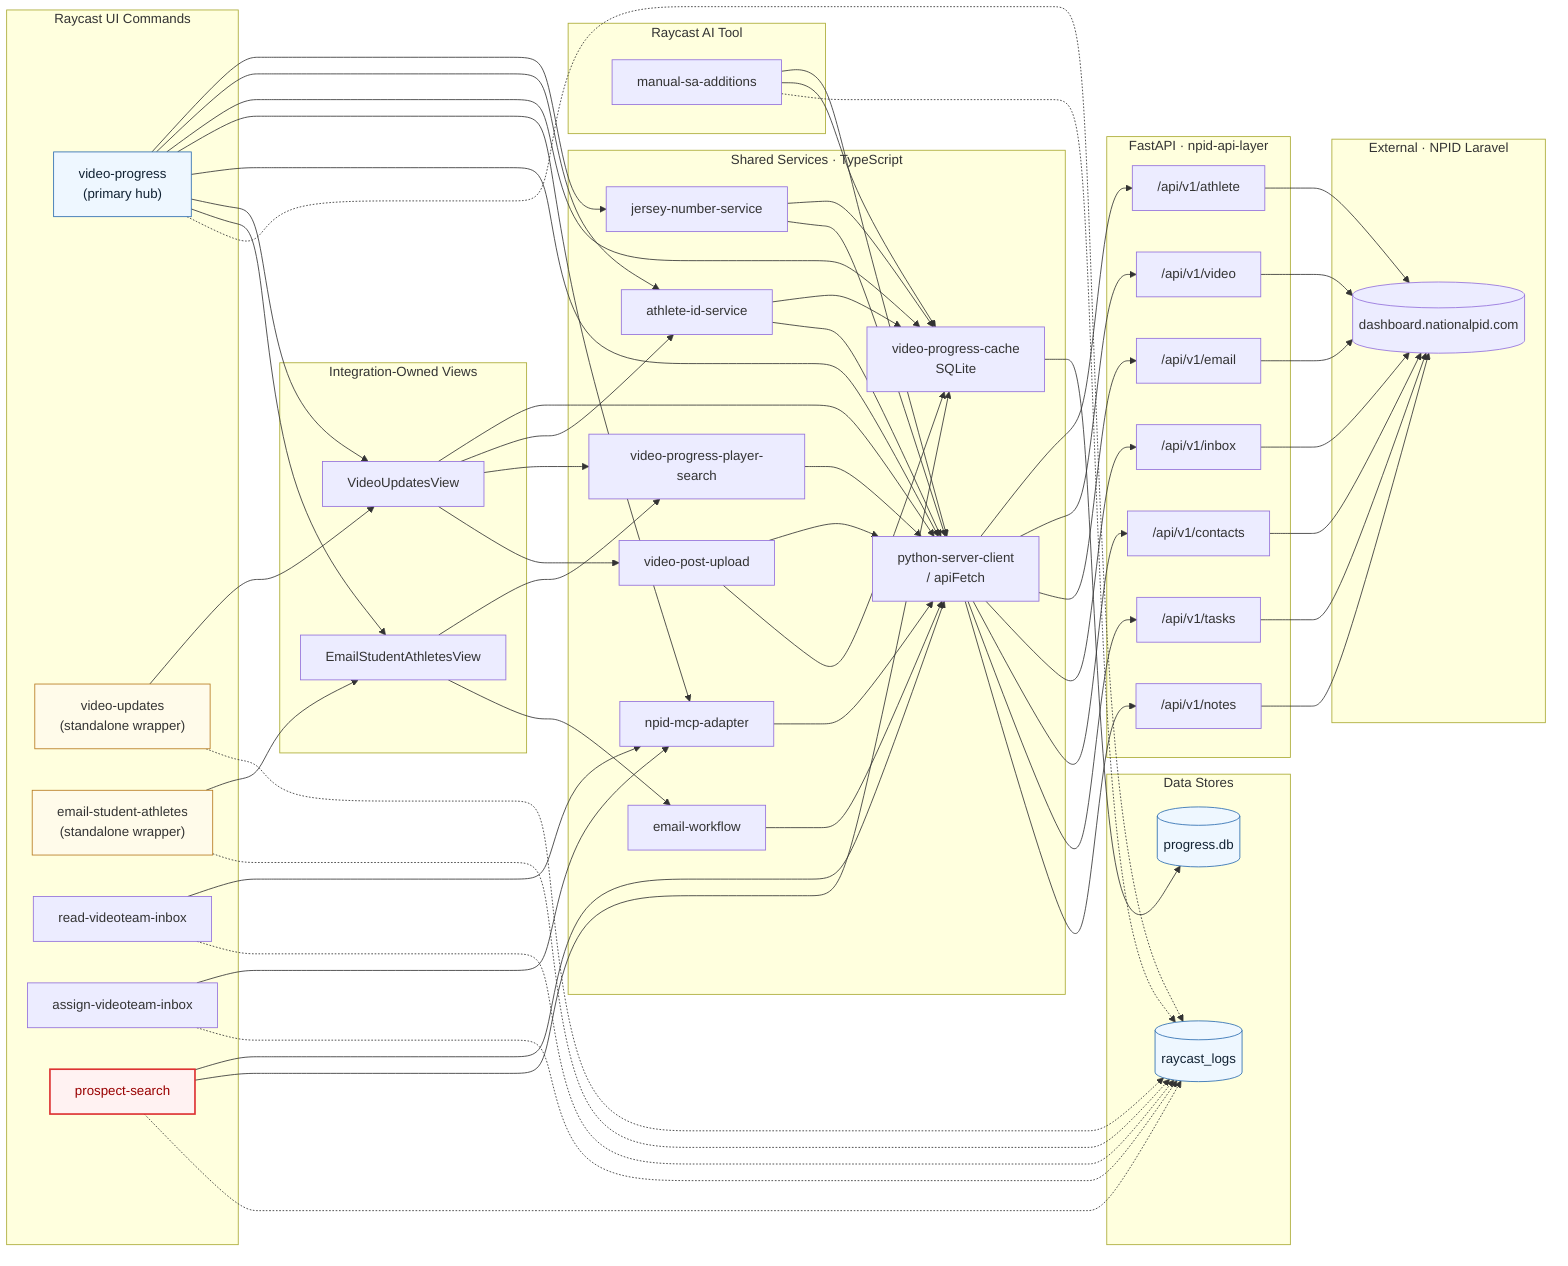
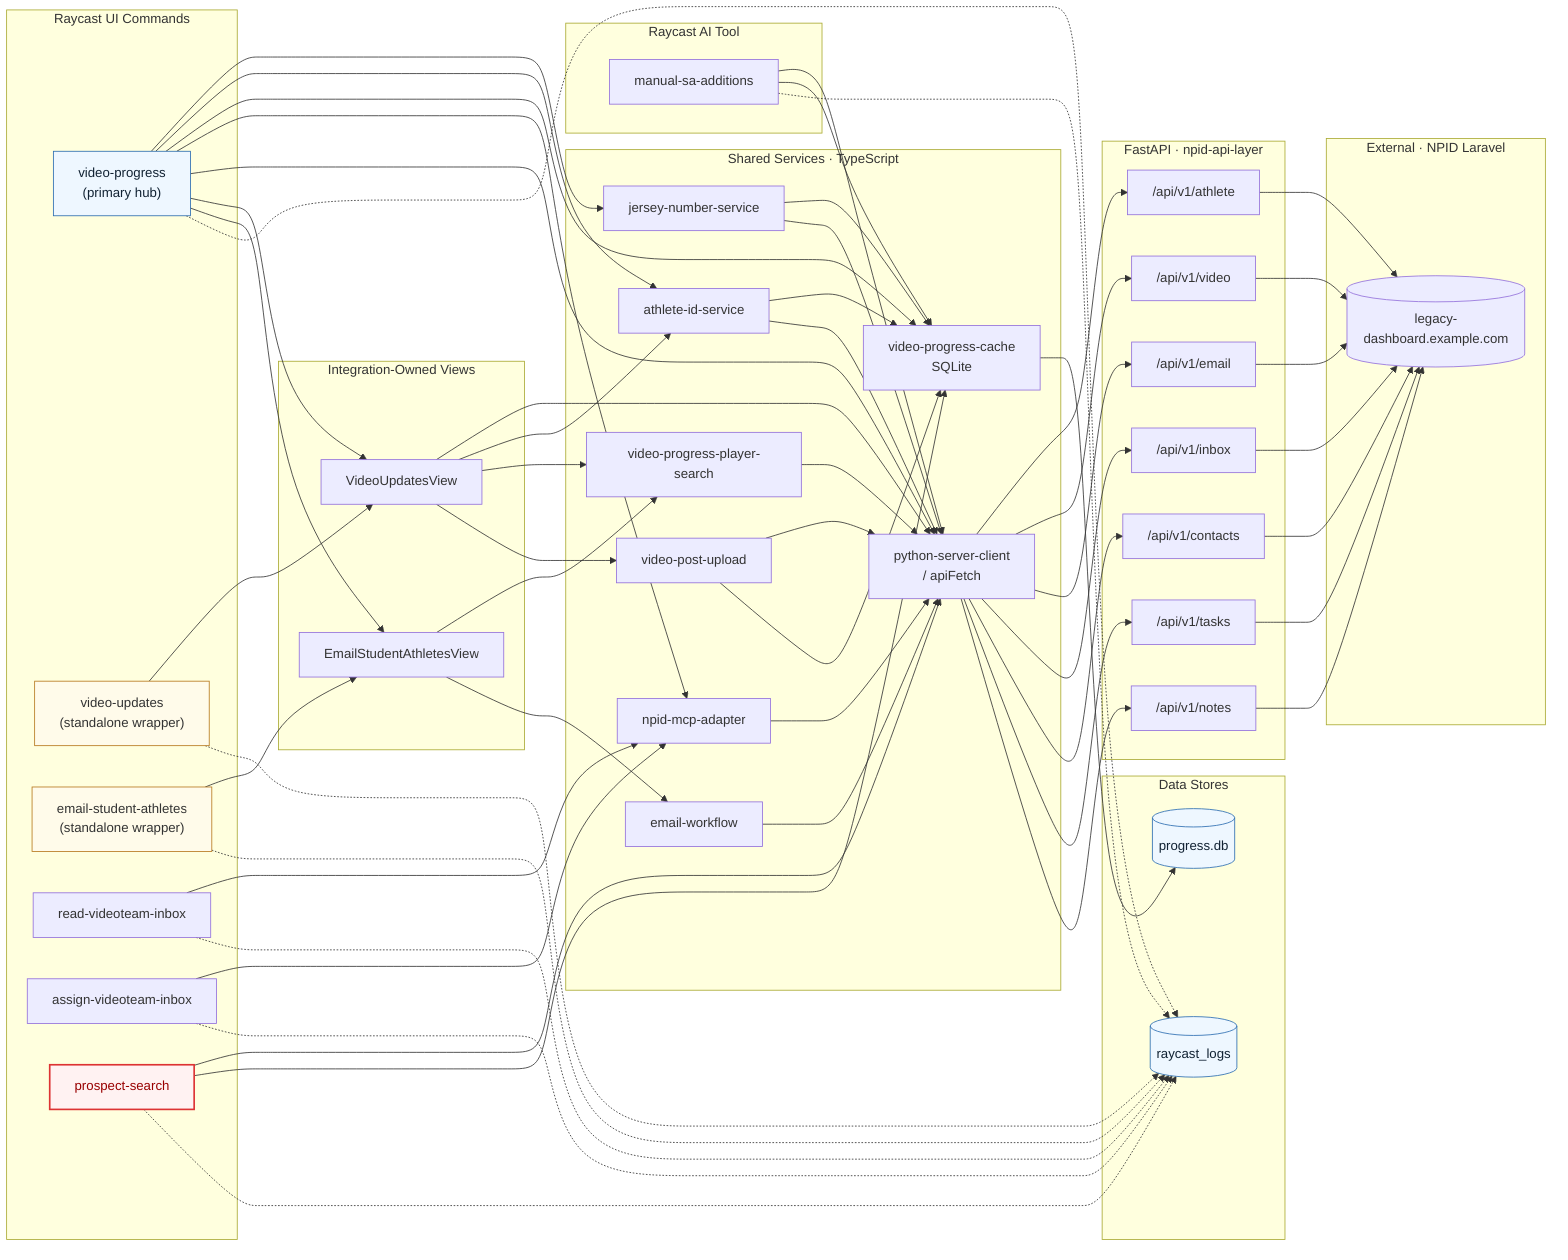
flowchart LR
  classDef deprecated fill:#fff2f2,stroke:#d33,stroke-width:2px,color:#900
  classDef transitional fill:#fffbea,stroke:#b7791f,stroke-width:1px,color:#333
  classDef primary fill:#eef7ff,stroke:#2b6cb0,stroke-width:1px,color:#123
  classDef store fill:#eef7ff,stroke:#2b6cb0,stroke-width:1px,color:#123

  subgraph ui["Raycast UI Commands"]
    C1["video-progress\n(primary hub)"]:::primary
    C2["video-updates\n(standalone wrapper)"]:::transitional
    C3["email-student-athletes\n(standalone wrapper)"]:::transitional
    C4["read-videoteam-inbox"]
    C5["assign-videoteam-inbox"]
    C6["prospect-search"]:::deprecated
  end

  subgraph tool["Raycast AI Tool"]
    T1["manual-sa-additions"]
  end

  subgraph lib["Shared Services · TypeScript"]
    S1["python-server-client\n/ apiFetch"]
    S2["athlete-id-service"]
    S3["jersey-number-service"]
    S4["video-progress-cache\nSQLite"]
    S5["npid-mcp-adapter"]
    S6["video-progress-player-search"]
    S7["email-workflow"]
    S8["video-post-upload"]
  end

  subgraph features["Integration-Owned Views"]
    F1["VideoUpdatesView"]
    F2["EmailStudentAthletesView"]
  end

  subgraph api["FastAPI · npid-api-layer"]
    A1["/api/v1/athlete"]
    A2["/api/v1/video"]
    A3["/api/v1/email"]
    A4["/api/v1/inbox"]
    A5["/api/v1/contacts"]
    A6["/api/v1/tasks"]
    A7["/api/v1/notes"]
  end

  subgraph stores["Data Stores"]
    D1[("progress.db")]:::store
    D2[("raycast_logs")]:::store
  end

  subgraph npid["External · NPID Laravel"]
-     E1[("dashboard.nationalpid.com")]
+     E1[("legacy-dashboard.example.com")]
  end

  C1 --> S3
  C1 --> S2
  C1 --> S4
  C1 --> S5
  C1 --> S1
  C1 --> F1
  C1 --> F2
  C2 --> F1
  C3 --> F2
  C4 --> S5
  C5 --> S5
  C6 --> S1
  C6 --> S4
  T1 --> S1
  T1 --> S4

  F1 --> S1
  F1 --> S2
  F1 --> S6
  F1 --> S8
  F2 --> S6
  F2 --> S7

  S2 --> S4
  S2 --> S1
  S3 --> S4
  S3 --> S1
  S5 --> S1
  S6 --> S1
  S7 --> S1
  S8 --> S1
  S8 --> S4

  S1 --> A1
  S1 --> A2
  S1 --> A3
  S1 --> A4
  S1 --> A5
  S1 --> A6
  S1 --> A7

  A1 --> E1
  A2 --> E1
  A3 --> E1
  A4 --> E1
  A5 --> E1
  A6 --> E1
  A7 --> E1

  C1 -.-> D2
  C2 -.-> D2
  C3 -.-> D2
  C4 -.-> D2
  C5 -.-> D2
  C6 -.-> D2
  T1 -.-> D2

  S4 --> D1
